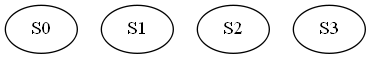
This is OLC1_Practica1_201701133/AFD3.png from SelvinLP/-OLC1-Practica1_201701133, a Graphviz export, as it was before one commit. Its source is kept beside it as OLC1_Practica1_201701133/AFD3.dot.
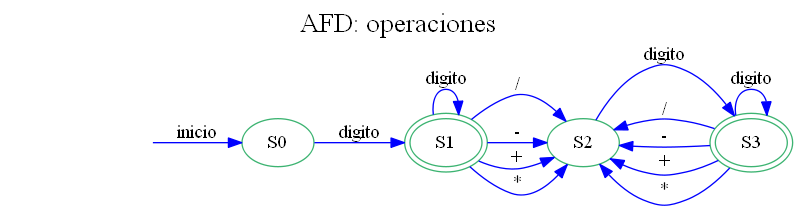
The same diagram one commit later.

The edit, as a diff of the source:
```diff
@@ -1,3 +1,22 @@
 digraph AFD {
-"S0"[ label=S0]"S1"[ label=S1]"S2"[ label=S2]"S3"[ label=S3]
+graph [label="AFD: operaciones", labelloc=t, fontsize=20]; rankdir=LR;edge [color=blue];node [color = mediumseagreen];"S0"[ label=S0]
+"S1"[ label=S1]
+"S2"[ label=S2]
+"S3"[ label=S3]
+secret_node [style=invis];
+secret_node -> S0 [label="inicio"];S1[peripheries=2];
+S3[peripheries=2];
+"S0"->"S1"[label="digito"];
+"S1"->"S2"[label="\/"];
+"S1"->"S2"[label="\-"];
+"S1"->"S2"[label="\+"];
+"S1"->"S1"[label="digito"];
+"S1"->"S2"[label="\*"];
+"S2"->"S3"[label="digito"];
+"S3"->"S2"[label="\/"];
+"S3"->"S2"[label="\-"];
+"S3"->"S2"[label="\+"];
+"S3"->"S3"[label="digito"];
+"S3"->"S2"[label="\*"];
+
 }
```
